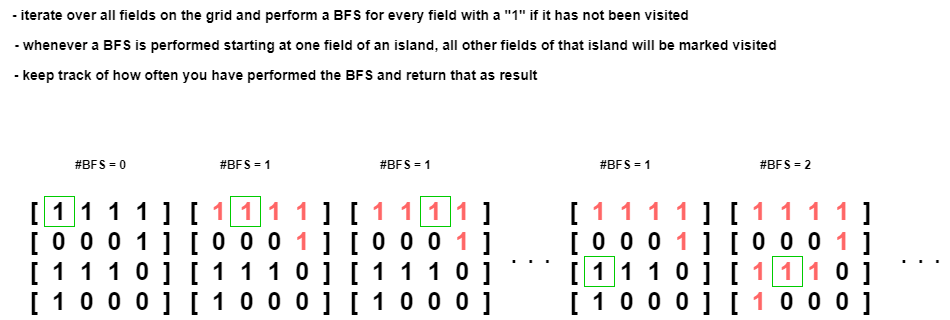
Before: Python3/img/NumberOfIslands.png, a diagram exported from draw.io (ashiven/leetcode-solutions). Source tidied: cells renumbered, new cells last; positions are measured from the earlier drawing's top-left corner, leaving out a move shared by most shapes.
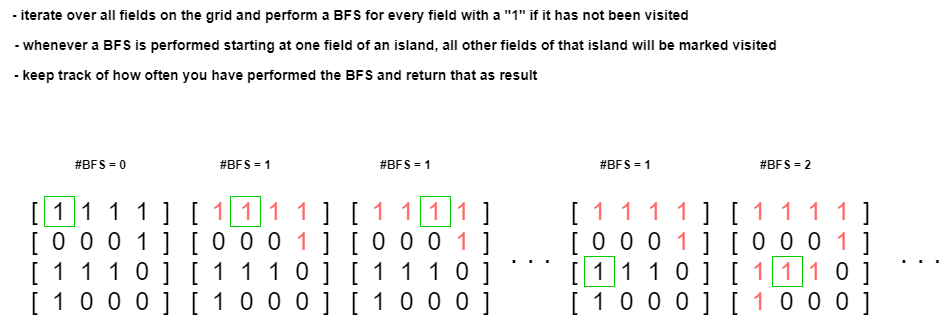
The same file after the commit.

The edit, as a diff of the source:
```diff
@@ -2,10 +2,10 @@
   <root>
     <mxCell id="0" />
     <mxCell id="1" parent="0" />
-    <mxCell id="2" value="[&amp;nbsp; &lt;font color=&quot;#ff6666&quot;&gt;1&lt;/font&gt;&amp;nbsp; &lt;font color=&quot;#ff6666&quot;&gt;1&lt;/font&gt;&amp;nbsp; &lt;font color=&quot;#ff6666&quot;&gt;1&lt;/font&gt;&amp;nbsp; &lt;font color=&quot;#ff6666&quot;&gt;1&lt;/font&gt;&amp;nbsp; ]&lt;br style=&quot;font-size: 25px;&quot;&gt;[&amp;nbsp; 0&amp;nbsp; 0&amp;nbsp; 0&amp;nbsp; &lt;font color=&quot;#ff6666&quot;&gt;1&lt;/font&gt;&amp;nbsp; ]&lt;br style=&quot;font-size: 25px;&quot;&gt;[&amp;nbsp; &lt;font color=&quot;#ff6666&quot;&gt;1&lt;/font&gt;&amp;nbsp; &lt;font color=&quot;#ff6666&quot;&gt;1&amp;nbsp; 1&lt;/font&gt;&amp;nbsp; 0&amp;nbsp; ]&lt;br style=&quot;font-size: 25px;&quot;&gt;[&amp;nbsp; &lt;font color=&quot;#ff6666&quot;&gt;1&lt;/font&gt;&amp;nbsp; 0&amp;nbsp; 0&amp;nbsp; 0&amp;nbsp; ]" style="text;html=1;align=center;verticalAlign=middle;strokeColor=none;fillColor=none;fontSize=25;fontStyle=1;" parent="1" vertex="1">
-      <mxGeometry x="715" y="190" width="170" height="130" as="geometry" />
+    <mxCell id="2" value="[&amp;nbsp; &lt;font color=&quot;#ff6666&quot;&gt;1&lt;/font&gt;&amp;nbsp; &lt;font color=&quot;#ff6666&quot;&gt;1&lt;/font&gt;&amp;nbsp; &lt;font color=&quot;#ff6666&quot;&gt;1&lt;/font&gt;&amp;nbsp; &lt;font color=&quot;#ff6666&quot;&gt;1&lt;/font&gt;&amp;nbsp; ]&lt;br style=&quot;font-size: 25px;&quot;&gt;[&amp;nbsp; 0&amp;nbsp; 0&amp;nbsp; 0&amp;nbsp; &lt;font color=&quot;#ff6666&quot;&gt;1&lt;/font&gt;&amp;nbsp; ]&lt;br style=&quot;font-size: 25px;&quot;&gt;[&amp;nbsp; &lt;font color=&quot;#ff6666&quot;&gt;1&lt;/font&gt;&amp;nbsp; &lt;font color=&quot;#ff6666&quot;&gt;1&amp;nbsp; 1&lt;/font&gt;&amp;nbsp; 0&amp;nbsp; ]&lt;br style=&quot;font-size: 25px;&quot;&gt;[&amp;nbsp; &lt;font color=&quot;#ff6666&quot;&gt;1&lt;/font&gt;&amp;nbsp; 0&amp;nbsp; 0&amp;nbsp; 0&amp;nbsp; ]" style="text;html=1;align=center;verticalAlign=middle;strokeColor=none;fillColor=none;fontSize=25;" parent="1" vertex="1">
+      <mxGeometry x="720" y="190" width="160" height="130" as="geometry" />
     </mxCell>
-    <mxCell id="3" style="rounded=0;whiteSpace=wrap;html=1;fillColor=none;strokeColor=#00CC00;fontStyle=1;" parent="1" vertex="1">
+    <mxCell id="3" style="rounded=0;whiteSpace=wrap;html=1;fillColor=none;strokeColor=#00CC00;" parent="1" vertex="1">
       <mxGeometry x="772" y="256" width="30" height="30" as="geometry" />
     </mxCell>
     <mxCell id="4" value="- iterate over all fields on the grid and perform a BFS for every field with a &quot;1&quot; if it has not been visited" style="text;html=1;align=center;verticalAlign=middle;strokeColor=none;fillColor=none;fontStyle=1;fontSize=14;" parent="1" vertex="1">
@@ -17,16 +17,16 @@
     <mxCell id="6" value="- whenever a BFS is performed starting at one field of an island, all other fields of that island will be marked visited" style="text;html=1;align=center;verticalAlign=middle;strokeColor=none;fillColor=none;fontStyle=1;fontSize=14;" parent="1" vertex="1">
       <mxGeometry y="30" width="790" height="30" as="geometry" />
     </mxCell>
-    <mxCell id="7" value="[&amp;nbsp; 1&amp;nbsp; 1&amp;nbsp; 1&amp;nbsp; 1&amp;nbsp; ]&lt;br style=&quot;font-size: 25px;&quot;&gt;[&amp;nbsp; 0&amp;nbsp; 0&amp;nbsp; 0&amp;nbsp; 1&amp;nbsp; ]&lt;br style=&quot;font-size: 25px;&quot;&gt;[&amp;nbsp; 1&amp;nbsp; 1&amp;nbsp; 1&amp;nbsp; 0&amp;nbsp; ]&lt;br style=&quot;font-size: 25px;&quot;&gt;[&amp;nbsp; 1&amp;nbsp; 0&amp;nbsp; 0&amp;nbsp; 0&amp;nbsp; ]" style="text;html=1;align=center;verticalAlign=middle;strokeColor=none;fillColor=none;fontSize=25;fontStyle=1;" parent="1" vertex="1">
-      <mxGeometry x="15" y="190" width="170" height="130" as="geometry" />
+    <mxCell id="7" value="[&amp;nbsp; 1&amp;nbsp; 1&amp;nbsp; 1&amp;nbsp; 1&amp;nbsp; ]&lt;br style=&quot;font-size: 25px;&quot;&gt;[&amp;nbsp; 0&amp;nbsp; 0&amp;nbsp; 0&amp;nbsp; 1&amp;nbsp; ]&lt;br style=&quot;font-size: 25px;&quot;&gt;[&amp;nbsp; 1&amp;nbsp; 1&amp;nbsp; 1&amp;nbsp; 0&amp;nbsp; ]&lt;br style=&quot;font-size: 25px;&quot;&gt;[&amp;nbsp; 1&amp;nbsp; 0&amp;nbsp; 0&amp;nbsp; 0&amp;nbsp; ]" style="text;html=1;align=center;verticalAlign=middle;strokeColor=none;fillColor=none;fontSize=25;" parent="1" vertex="1">
+      <mxGeometry x="20" y="190" width="160" height="130" as="geometry" />
     </mxCell>
-    <mxCell id="8" style="rounded=0;whiteSpace=wrap;html=1;fillColor=none;strokeColor=#00CC00;fontStyle=1;" parent="1" vertex="1">
+    <mxCell id="8" style="rounded=0;whiteSpace=wrap;html=1;fillColor=none;strokeColor=#00CC00;" parent="1" vertex="1">
       <mxGeometry x="44" y="196" width="30" height="30" as="geometry" />
     </mxCell>
-    <mxCell id="9" value="[&amp;nbsp; &lt;font color=&quot;#ff6666&quot;&gt;1&lt;/font&gt;&amp;nbsp; &lt;font color=&quot;#ff6666&quot;&gt;1&lt;/font&gt;&amp;nbsp; &lt;font color=&quot;#ff6666&quot;&gt;1&lt;/font&gt;&amp;nbsp; &lt;font color=&quot;#ff6666&quot;&gt;1&lt;/font&gt;&amp;nbsp; ]&lt;br style=&quot;font-size: 25px;&quot;&gt;[&amp;nbsp; 0&amp;nbsp; 0&amp;nbsp; 0&amp;nbsp; &lt;font color=&quot;#ff6666&quot;&gt;1&lt;/font&gt;&amp;nbsp; ]&lt;br style=&quot;font-size: 25px;&quot;&gt;[&amp;nbsp; 1&amp;nbsp; 1&amp;nbsp; 1&amp;nbsp; 0&amp;nbsp; ]&lt;br style=&quot;font-size: 25px;&quot;&gt;[&amp;nbsp; 1&amp;nbsp; 0&amp;nbsp; 0&amp;nbsp; 0&amp;nbsp; ]" style="text;html=1;align=center;verticalAlign=middle;strokeColor=none;fillColor=none;fontSize=25;fontStyle=1;" parent="1" vertex="1">
-      <mxGeometry x="175" y="190" width="170" height="130" as="geometry" />
+    <mxCell id="9" value="[&amp;nbsp; &lt;font color=&quot;#ff6666&quot;&gt;1&lt;/font&gt;&amp;nbsp; &lt;font color=&quot;#ff6666&quot;&gt;1&lt;/font&gt;&amp;nbsp; &lt;font color=&quot;#ff6666&quot;&gt;1&lt;/font&gt;&amp;nbsp; &lt;font color=&quot;#ff6666&quot;&gt;1&lt;/font&gt;&amp;nbsp; ]&lt;br style=&quot;font-size: 25px;&quot;&gt;[&amp;nbsp; 0&amp;nbsp; 0&amp;nbsp; 0&amp;nbsp; &lt;font color=&quot;#ff6666&quot;&gt;1&lt;/font&gt;&amp;nbsp; ]&lt;br style=&quot;font-size: 25px;&quot;&gt;[&amp;nbsp; 1&amp;nbsp; 1&amp;nbsp; 1&amp;nbsp; 0&amp;nbsp; ]&lt;br style=&quot;font-size: 25px;&quot;&gt;[&amp;nbsp; 1&amp;nbsp; 0&amp;nbsp; 0&amp;nbsp; 0&amp;nbsp; ]" style="text;html=1;align=center;verticalAlign=middle;strokeColor=none;fillColor=none;fontSize=25;" parent="1" vertex="1">
+      <mxGeometry x="180" y="190" width="160" height="130" as="geometry" />
     </mxCell>
-    <mxCell id="10" style="rounded=0;whiteSpace=wrap;html=1;fillColor=none;strokeColor=#00CC00;fontStyle=1;" parent="1" vertex="1">
+    <mxCell id="10" style="rounded=0;whiteSpace=wrap;html=1;fillColor=none;strokeColor=#00CC00;" parent="1" vertex="1">
       <mxGeometry x="230" y="196" width="30" height="30" as="geometry" />
     </mxCell>
     <mxCell id="11" value="#BFS = 0" style="text;html=1;align=center;verticalAlign=middle;strokeColor=none;fillColor=none;fontStyle=1;" parent="1" vertex="1">
@@ -35,10 +35,10 @@
     <mxCell id="12" value="#BFS = 1" style="text;html=1;align=center;verticalAlign=middle;strokeColor=none;fillColor=none;fontStyle=1;" parent="1" vertex="1">
       <mxGeometry x="210" y="150" width="70" height="30" as="geometry" />
     </mxCell>
-    <mxCell id="13" value="[&amp;nbsp; &lt;font color=&quot;#ff6666&quot;&gt;1&lt;/font&gt;&amp;nbsp; &lt;font color=&quot;#ff6666&quot;&gt;1&lt;/font&gt;&amp;nbsp; &lt;font color=&quot;#ff6666&quot;&gt;1&lt;/font&gt;&amp;nbsp; &lt;font color=&quot;#ff6666&quot;&gt;1&lt;/font&gt;&amp;nbsp; ]&lt;br style=&quot;font-size: 25px;&quot;&gt;[&amp;nbsp; 0&amp;nbsp; 0&amp;nbsp; 0&amp;nbsp; &lt;font color=&quot;#ff6666&quot;&gt;1&lt;/font&gt;&amp;nbsp; ]&lt;br style=&quot;font-size: 25px;&quot;&gt;[&amp;nbsp; 1&amp;nbsp; 1&amp;nbsp; 1&amp;nbsp; 0&amp;nbsp; ]&lt;br style=&quot;font-size: 25px;&quot;&gt;[&amp;nbsp; 1&amp;nbsp; 0&amp;nbsp; 0&amp;nbsp; 0&amp;nbsp; ]" style="text;html=1;align=center;verticalAlign=middle;strokeColor=none;fillColor=none;fontSize=25;fontStyle=1;" parent="1" vertex="1">
-      <mxGeometry x="335" y="190" width="170" height="130" as="geometry" />
+    <mxCell id="13" value="[&amp;nbsp; &lt;font color=&quot;#ff6666&quot;&gt;1&lt;/font&gt;&amp;nbsp; &lt;font color=&quot;#ff6666&quot;&gt;1&lt;/font&gt;&amp;nbsp; &lt;font color=&quot;#ff6666&quot;&gt;1&lt;/font&gt;&amp;nbsp; &lt;font color=&quot;#ff6666&quot;&gt;1&lt;/font&gt;&amp;nbsp; ]&lt;br style=&quot;font-size: 25px;&quot;&gt;[&amp;nbsp; 0&amp;nbsp; 0&amp;nbsp; 0&amp;nbsp; &lt;font color=&quot;#ff6666&quot;&gt;1&lt;/font&gt;&amp;nbsp; ]&lt;br style=&quot;font-size: 25px;&quot;&gt;[&amp;nbsp; 1&amp;nbsp; 1&amp;nbsp; 1&amp;nbsp; 0&amp;nbsp; ]&lt;br style=&quot;font-size: 25px;&quot;&gt;[&amp;nbsp; 1&amp;nbsp; 0&amp;nbsp; 0&amp;nbsp; 0&amp;nbsp; ]" style="text;html=1;align=center;verticalAlign=middle;strokeColor=none;fillColor=none;fontSize=25;" parent="1" vertex="1">
+      <mxGeometry x="340" y="190" width="160" height="130" as="geometry" />
     </mxCell>
-    <mxCell id="14" style="rounded=0;whiteSpace=wrap;html=1;fillColor=none;strokeColor=#00CC00;fontStyle=1;" parent="1" vertex="1">
+    <mxCell id="14" style="rounded=0;whiteSpace=wrap;html=1;fillColor=none;strokeColor=#00CC00;" parent="1" vertex="1">
       <mxGeometry x="420" y="196" width="30" height="30" as="geometry" />
     </mxCell>
     <mxCell id="15" value="#BFS = 1" style="text;html=1;align=center;verticalAlign=middle;strokeColor=none;fillColor=none;fontStyle=1;" parent="1" vertex="1">
@@ -47,10 +47,10 @@
     <mxCell id="16" value=".&amp;nbsp; .&amp;nbsp; ." style="text;html=1;align=center;verticalAlign=middle;strokeColor=none;fillColor=none;fontSize=20;fontStyle=1;" parent="1" vertex="1">
       <mxGeometry x="500" y="235" width="60" height="40" as="geometry" />
     </mxCell>
-    <mxCell id="17" value="[&amp;nbsp; &lt;font color=&quot;#ff6666&quot;&gt;1&lt;/font&gt;&amp;nbsp; &lt;font color=&quot;#ff6666&quot;&gt;1&lt;/font&gt;&amp;nbsp; &lt;font color=&quot;#ff6666&quot;&gt;1&lt;/font&gt;&amp;nbsp; &lt;font color=&quot;#ff6666&quot;&gt;1&lt;/font&gt;&amp;nbsp; ]&lt;br style=&quot;font-size: 25px;&quot;&gt;[&amp;nbsp; 0&amp;nbsp; 0&amp;nbsp; 0&amp;nbsp; &lt;font color=&quot;#ff6666&quot;&gt;1&lt;/font&gt;&amp;nbsp; ]&lt;br style=&quot;font-size: 25px;&quot;&gt;[&amp;nbsp; 1&amp;nbsp; 1&amp;nbsp; 1&amp;nbsp; 0&amp;nbsp; ]&lt;br style=&quot;font-size: 25px;&quot;&gt;[&amp;nbsp; 1&amp;nbsp; 0&amp;nbsp; 0&amp;nbsp; 0&amp;nbsp; ]" style="text;html=1;align=center;verticalAlign=middle;strokeColor=none;fillColor=none;fontSize=25;fontStyle=1;" parent="1" vertex="1">
-      <mxGeometry x="555" y="190" width="170" height="130" as="geometry" />
+    <mxCell id="17" value="[&amp;nbsp; &lt;font color=&quot;#ff6666&quot;&gt;1&lt;/font&gt;&amp;nbsp; &lt;font color=&quot;#ff6666&quot;&gt;1&lt;/font&gt;&amp;nbsp; &lt;font color=&quot;#ff6666&quot;&gt;1&lt;/font&gt;&amp;nbsp; &lt;font color=&quot;#ff6666&quot;&gt;1&lt;/font&gt;&amp;nbsp; ]&lt;br style=&quot;font-size: 25px;&quot;&gt;[&amp;nbsp; 0&amp;nbsp; 0&amp;nbsp; 0&amp;nbsp; &lt;font color=&quot;#ff6666&quot;&gt;1&lt;/font&gt;&amp;nbsp; ]&lt;br style=&quot;font-size: 25px;&quot;&gt;[&amp;nbsp; 1&amp;nbsp; 1&amp;nbsp; 1&amp;nbsp; 0&amp;nbsp; ]&lt;br style=&quot;font-size: 25px;&quot;&gt;[&amp;nbsp; 1&amp;nbsp; 0&amp;nbsp; 0&amp;nbsp; 0&amp;nbsp; ]" style="text;html=1;align=center;verticalAlign=middle;strokeColor=none;fillColor=none;fontSize=25;" parent="1" vertex="1">
+      <mxGeometry x="560" y="190" width="160" height="130" as="geometry" />
     </mxCell>
-    <mxCell id="18" style="rounded=0;whiteSpace=wrap;html=1;fillColor=none;strokeColor=#00CC00;fontStyle=1;" parent="1" vertex="1">
+    <mxCell id="18" style="rounded=0;whiteSpace=wrap;html=1;fillColor=none;strokeColor=#00CC00;" parent="1" vertex="1">
       <mxGeometry x="584" y="256" width="30" height="30" as="geometry" />
     </mxCell>
     <mxCell id="19" value="#BFS = 1" style="text;html=1;align=center;verticalAlign=middle;strokeColor=none;fillColor=none;fontStyle=1;" parent="1" vertex="1">
```
